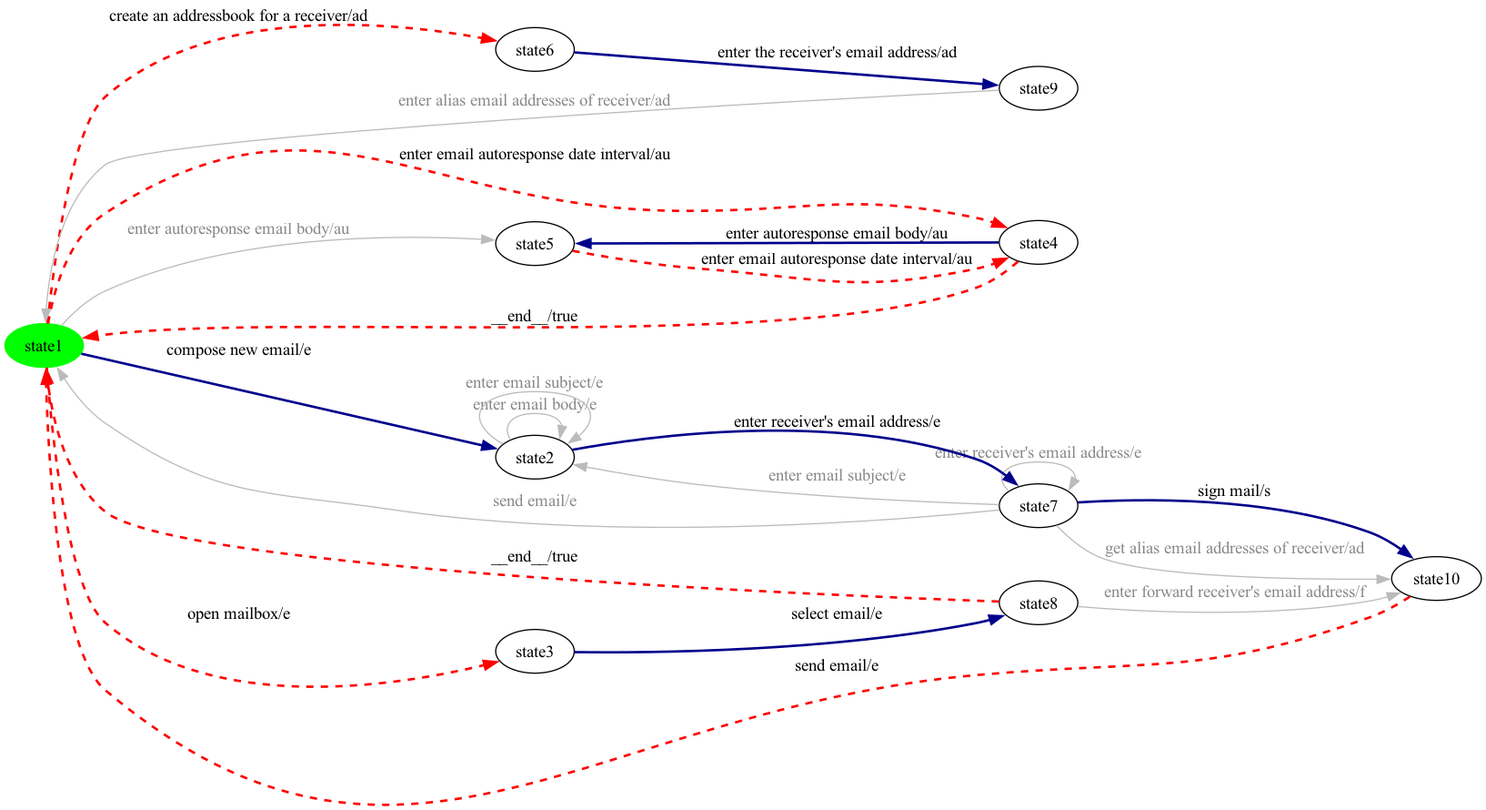
The Graphviz diagram milestone-reports/per-product-all-states/eMail/eMail-product7-walk.png in dilekozturk93/vibes, before a commit. Its source is kept beside it as milestone-reports/per-product-all-states/eMail/eMail-product7-walk.dot.
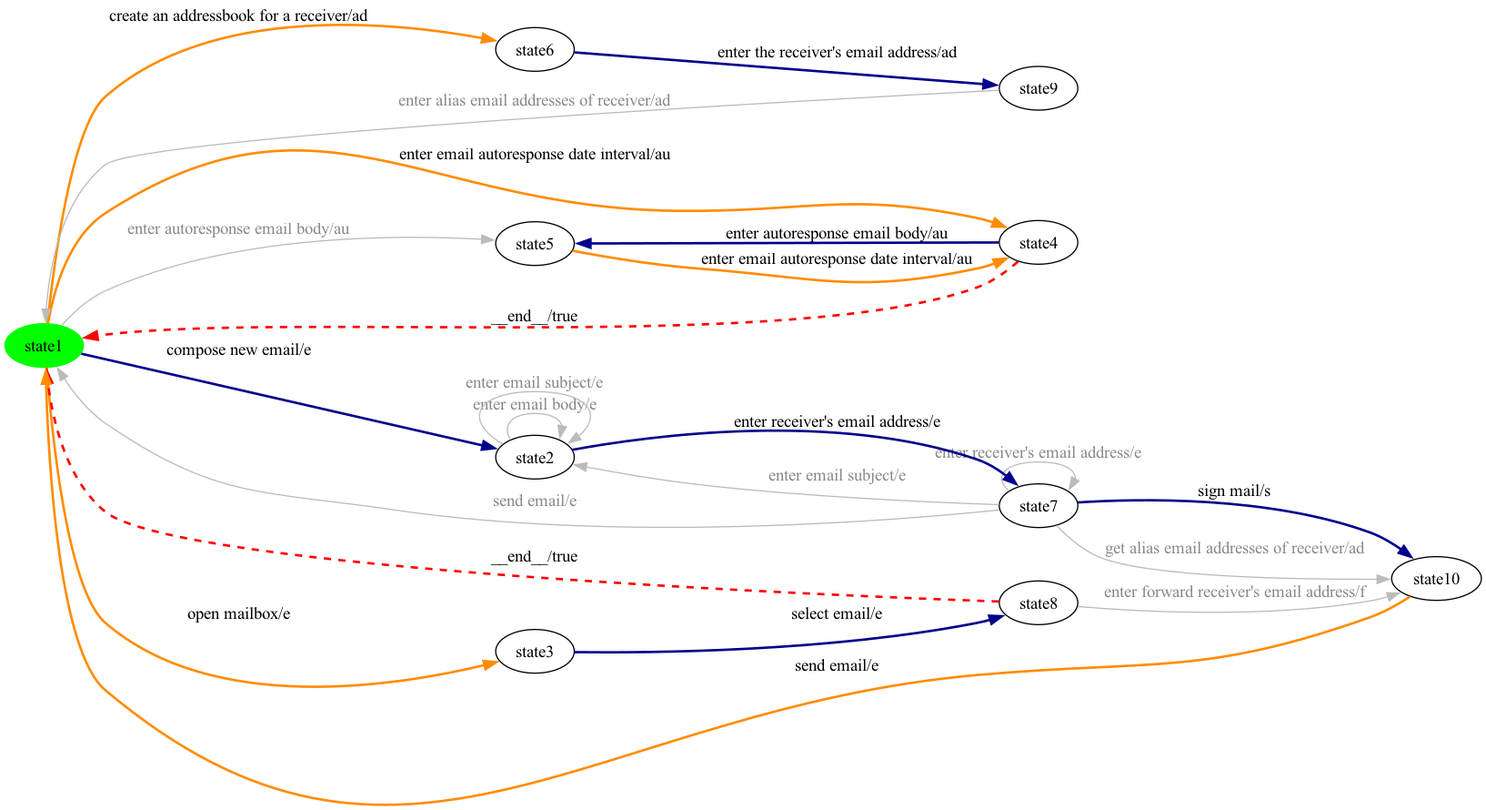
Above is the later version.

Change to the diagram source:
```diff
@@ -14,21 +14,21 @@
 state8 -> state3 [ label=" enter autoresponse email body/au ", style=bold, color=darkblue, penwidth=2 ];
 state1 -> state0 [ label=" enter alias email addresses of receiver/ad ", color="#bbbbbb", fontcolor="#888888" ];
 state9 -> state4 [ label=" select email/e ", style=bold, color=darkblue, penwidth=2 ];
-state3 -> state8 [ label=" enter email autoresponse date interval/au ", style=dashed, color=red, penwidth=2 ];
+state3 -> state8 [ label=" enter email autoresponse date interval/au ", style=bold, color=darkorange, penwidth=2 ];
 state6 -> state5 [ label=" sign mail/s ", style=bold, color=darkblue, penwidth=2 ];
 state7 -> state6 [ label=" enter receiver's email address/e ", style=bold, color=darkblue, penwidth=2 ];
 state6 -> state7 [ label=" enter email subject/e ", color="#bbbbbb", fontcolor="#888888" ];
-state0 -> state8 [ label=" enter email autoresponse date interval/au ", style=dashed, color=red, penwidth=2 ];
+state0 -> state8 [ label=" enter email autoresponse date interval/au ", style=bold, color=darkorange, penwidth=2 ];
 state0 -> state3 [ label=" enter autoresponse email body/au ", color="#bbbbbb", fontcolor="#888888" ];
 state8 -> state0 [ label=" __end__/true ", style=dashed, color=red, penwidth=2 ];
 state4 -> state5 [ label=" enter forward receiver's email address/f ", color="#bbbbbb", fontcolor="#888888" ];
 state4 -> state0 [ label=" __end__/true ", style=dashed, color=red, penwidth=2 ];
-state0 -> state9 [ label=" open mailbox/e ", style=dashed, color=red, penwidth=2 ];
-state0 -> state2 [ label=" create an addressbook for a receiver/ad ", style=dashed, color=red, penwidth=2 ];
+state0 -> state9 [ label=" open mailbox/e ", style=bold, color=darkorange, penwidth=2 ];
+state0 -> state2 [ label=" create an addressbook for a receiver/ad ", style=bold, color=darkorange, penwidth=2 ];
 state0 -> state7 [ label=" compose new email/e ", style=bold, color=darkblue, penwidth=2 ];
 state7 -> state7 [ label=" enter email body/e ", color="#bbbbbb", fontcolor="#888888" ];
 state7 -> state7 [ label=" enter email subject/e ", color="#bbbbbb", fontcolor="#888888" ];
-state5 -> state0 [ label=" send email/e ", style=dashed, color=red, penwidth=2 ];
+state5 -> state0 [ label=" send email/e ", style=bold, color=darkorange, penwidth=2 ];
 state2 -> state1 [ label=" enter the receiver's email address/ad ", style=bold, color=darkblue, penwidth=2 ];
 state6 -> state6 [ label=" enter receiver's email address/e ", color="#bbbbbb", fontcolor="#888888" ];
 state6 -> state5 [ label=" get alias email addresses of receiver/ad ", color="#bbbbbb", fontcolor="#888888" ];
```
